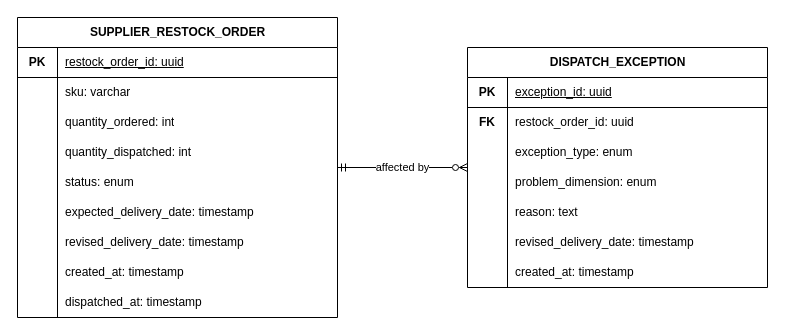
Before: page "HK Export" (7 of 8) of products/images/erd.drawio in jarno-de-coninck/UVC-GIFTS-4-U, a draw.io diagram. Source tidied: cells renumbered, new cells numbered last; positions are measured from the earlier drawing's top-left corner, leaving out a move shared by most shapes. Both pictures are drawn from the tidied source at 100%, with x=0, y=0 at pixel (17, 17).
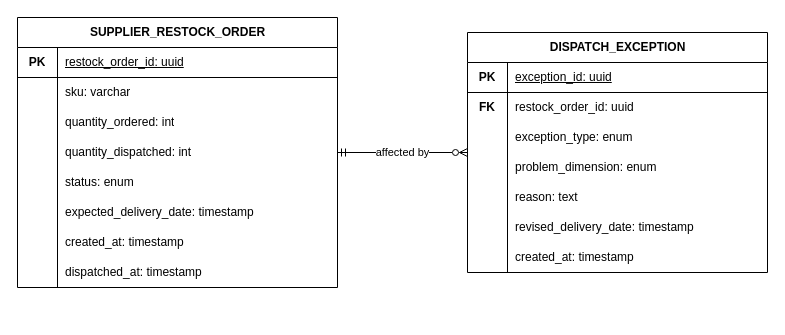
The same diagram, later.

The change refers to these unchanged cells:
```xml
<mxCell id="21" style="shape=tableRow;horizontal=0;startSize=0;swimlaneHead=0;swimlaneBody=0;fillColor=none;top=0;left=0;right=0;bottom=0;" parent="2" vertex="1">
  <mxGeometry y="210" width="320" height="30" as="geometry" />
</mxCell>
<mxCell id="24" style="shape=tableRow;horizontal=0;startSize=0;swimlaneHead=0;swimlaneBody=0;fillColor=none;top=0;left=0;right=0;bottom=0;" parent="2" vertex="1">
  <mxGeometry y="240" width="320" height="30" as="geometry" />
</mxCell>
```

The edit, as a diff of the source:
```diff
@@
     <mxCell id="2" value="SUPPLIER_RESTOCK_ORDER" style="shape=table;startSize=30;childLayout=tableLayout;rowLines=0;fontStyle=1;align=center;html=1;" parent="1" vertex="1">
-      <mxGeometry width="320" height="300" as="geometry" />
+      <mxGeometry width="320" height="270" as="geometry" />
     </mxCell>
@@
-    <mxCell id="23" value="revised_delivery_date: timestamp" style="shape=partialRectangle;fillColor=none;top=0;left=0;bottom=0;right=0;align=left;spacingLeft=6;overflow=hidden;whiteSpace=wrap;html=1;" parent="21" vertex="1">
+    <mxCell id="23" value="created_at: timestamp" style="shape=partialRectangle;fillColor=none;top=0;left=0;bottom=0;right=0;align=left;spacingLeft=6;overflow=hidden;whiteSpace=wrap;html=1;" parent="21" vertex="1">
       <mxGeometry x="40" width="280" height="30" as="geometry" />
     </mxCell>
@@
-    <mxCell id="26" value="created_at: timestamp" style="shape=partialRectangle;fillColor=none;top=0;left=0;bottom=0;right=0;align=left;spacingLeft=6;overflow=hidden;whiteSpace=wrap;html=1;" parent="24" vertex="1">
+    <mxCell id="26" value="dispatched_at: timestamp" style="shape=partialRectangle;fillColor=none;top=0;left=0;bottom=0;right=0;align=left;spacingLeft=6;overflow=hidden;whiteSpace=wrap;html=1;" parent="24" vertex="1">
       <mxGeometry x="40" width="280" height="30" as="geometry" />
     </mxCell>
-    <mxCell id="27" style="shape=tableRow;horizontal=0;startSize=0;swimlaneHead=0;swimlaneBody=0;fillColor=none;top=0;left=0;right=0;bottom=0;" parent="2" vertex="1">
-      <mxGeometry y="270" width="320" height="30" as="geometry" />
-    </mxCell>
-    <mxCell id="28" style="shape=partialRectangle;fillColor=none;top=0;left=0;bottom=0;right=1;fontStyle=1;overflow=hidden;whiteSpace=wrap;html=1;" parent="27" vertex="1">
-      <mxGeometry width="40" height="30" as="geometry" />
-    </mxCell>
-    <mxCell id="29" value="dispatched_at: timestamp" style="shape=partialRectangle;fillColor=none;top=0;left=0;bottom=0;right=0;align=left;spacingLeft=6;overflow=hidden;whiteSpace=wrap;html=1;" parent="27" vertex="1">
-      <mxGeometry x="40" width="280" height="30" as="geometry" />
-    </mxCell>
     <mxCell id="30" value="DISPATCH_EXCEPTION" style="shape=table;startSize=30;childLayout=tableLayout;rowLines=0;fontStyle=1;align=center;html=1;" parent="1" vertex="1">
-      <mxGeometry x="450" y="30" width="300" height="240" as="geometry" />
+      <mxGeometry x="450" y="15" width="300" height="240" as="geometry" />
     </mxCell>
+    <mxCell id="53" style="shape=tableRow;horizontal=0;startSize=0;swimlaneHead=0;swimlaneBody=0;fillColor=none;top=0;left=0;right=0;bottom=1;" parent="30" vertex="1">
+      <mxGeometry y="30" width="300" height="30" as="geometry" />
+    </mxCell>
+    <mxCell id="54" value="PK" style="shape=partialRectangle;fillColor=none;top=0;left=0;bottom=0;right=1;fontStyle=1;overflow=hidden;whiteSpace=wrap;html=1;" parent="53" vertex="1">
+      <mxGeometry width="40" height="30" as="geometry" />
+    </mxCell>
+    <mxCell id="55" value="exception_id: uuid" style="shape=partialRectangle;fillColor=none;top=0;left=0;bottom=0;right=0;align=left;spacingLeft=6;overflow=hidden;whiteSpace=wrap;html=1;fontStyle=4;" parent="53" vertex="1">
+      <mxGeometry x="40" width="260" height="30" as="geometry" />
+    </mxCell>
-    <mxCell id="31" style="shape=tableRow;horizontal=0;startSize=0;swimlaneHead=0;swimlaneBody=0;fillColor=none;top=0;left=0;right=0;bottom=1;" parent="30" vertex="1">
-      <mxGeometry y="30" width="300" height="30" as="geometry" />
+    <mxCell id="31" style="shape=tableRow;horizontal=0;startSize=0;swimlaneHead=0;swimlaneBody=0;fillColor=none;top=0;left=0;right=0;bottom=0;" parent="30" vertex="1">
+      <mxGeometry y="60" width="300" height="30" as="geometry" />
     </mxCell>
-    <mxCell id="32" value="PK" style="shape=partialRectangle;fillColor=none;top=0;left=0;bottom=0;right=1;fontStyle=1;overflow=hidden;whiteSpace=wrap;html=1;" parent="31" vertex="1">
+    <mxCell id="32" value="FK" style="shape=partialRectangle;fillColor=none;top=0;left=0;bottom=0;right=1;fontStyle=1;overflow=hidden;whiteSpace=wrap;html=1;" parent="31" vertex="1">
       <mxGeometry width="40" height="30" as="geometry" />
     </mxCell>
-    <mxCell id="33" value="exception_id: uuid" style="shape=partialRectangle;fillColor=none;top=0;left=0;bottom=0;right=0;align=left;spacingLeft=6;overflow=hidden;whiteSpace=wrap;html=1;fontStyle=4;" parent="31" vertex="1">
+    <mxCell id="33" value="restock_order_id: uuid" style="shape=partialRectangle;fillColor=none;top=0;left=0;bottom=0;right=0;align=left;spacingLeft=6;overflow=hidden;whiteSpace=wrap;html=1;" parent="31" vertex="1">
       <mxGeometry x="40" width="260" height="30" as="geometry" />
     </mxCell>
     <mxCell id="34" style="shape=tableRow;horizontal=0;startSize=0;swimlaneHead=0;swimlaneBody=0;fillColor=none;top=0;left=0;right=0;bottom=0;" parent="30" vertex="1">
-      <mxGeometry y="60" width="300" height="30" as="geometry" />
+      <mxGeometry y="90" width="300" height="30" as="geometry" />
     </mxCell>
-    <mxCell id="35" value="FK" style="shape=partialRectangle;fillColor=none;top=0;left=0;bottom=0;right=1;fontStyle=1;overflow=hidden;whiteSpace=wrap;html=1;" parent="34" vertex="1">
+    <mxCell id="35" style="shape=partialRectangle;fillColor=none;top=0;left=0;bottom=0;right=1;fontStyle=1;overflow=hidden;whiteSpace=wrap;html=1;" parent="34" vertex="1">
       <mxGeometry width="40" height="30" as="geometry" />
     </mxCell>
-    <mxCell id="36" value="restock_order_id: uuid" style="shape=partialRectangle;fillColor=none;top=0;left=0;bottom=0;right=0;align=left;spacingLeft=6;overflow=hidden;whiteSpace=wrap;html=1;" parent="34" vertex="1">
+    <mxCell id="36" value="exception_type: enum" style="shape=partialRectangle;fillColor=none;top=0;left=0;bottom=0;right=0;align=left;spacingLeft=6;overflow=hidden;whiteSpace=wrap;html=1;" parent="34" vertex="1">
       <mxGeometry x="40" width="260" height="30" as="geometry" />
     </mxCell>
     <mxCell id="37" style="shape=tableRow;horizontal=0;startSize=0;swimlaneHead=0;swimlaneBody=0;fillColor=none;top=0;left=0;right=0;bottom=0;" parent="30" vertex="1">
-      <mxGeometry y="90" width="300" height="30" as="geometry" />
+      <mxGeometry y="120" width="300" height="30" as="geometry" />
     </mxCell>
@@
-    <mxCell id="39" value="exception_type: enum" style="shape=partialRectangle;fillColor=none;top=0;left=0;bottom=0;right=0;align=left;spacingLeft=6;overflow=hidden;whiteSpace=wrap;html=1;" parent="37" vertex="1">
+    <mxCell id="39" value="problem_dimension: enum" style="shape=partialRectangle;fillColor=none;top=0;left=0;bottom=0;right=0;align=left;spacingLeft=6;overflow=hidden;whiteSpace=wrap;html=1;" parent="37" vertex="1">
       <mxGeometry x="40" width="260" height="30" as="geometry" />
     </mxCell>
     <mxCell id="40" style="shape=tableRow;horizontal=0;startSize=0;swimlaneHead=0;swimlaneBody=0;fillColor=none;top=0;left=0;right=0;bottom=0;" parent="30" vertex="1">
-      <mxGeometry y="120" width="300" height="30" as="geometry" />
+      <mxGeometry y="150" width="300" height="30" as="geometry" />
     </mxCell>
@@
-    <mxCell id="42" value="problem_dimension: enum" style="shape=partialRectangle;fillColor=none;top=0;left=0;bottom=0;right=0;align=left;spacingLeft=6;overflow=hidden;whiteSpace=wrap;html=1;" parent="40" vertex="1">
+    <mxCell id="42" value="reason: text" style="shape=partialRectangle;fillColor=none;top=0;left=0;bottom=0;right=0;align=left;spacingLeft=6;overflow=hidden;whiteSpace=wrap;html=1;" parent="40" vertex="1">
       <mxGeometry x="40" width="260" height="30" as="geometry" />
     </mxCell>
     <mxCell id="43" style="shape=tableRow;horizontal=0;startSize=0;swimlaneHead=0;swimlaneBody=0;fillColor=none;top=0;left=0;right=0;bottom=0;" parent="30" vertex="1">
-      <mxGeometry y="150" width="300" height="30" as="geometry" />
+      <mxGeometry y="180" width="300" height="30" as="geometry" />
     </mxCell>
@@
-    <mxCell id="45" value="reason: text" style="shape=partialRectangle;fillColor=none;top=0;left=0;bottom=0;right=0;align=left;spacingLeft=6;overflow=hidden;whiteSpace=wrap;html=1;" parent="43" vertex="1">
+    <mxCell id="45" value="revised_delivery_date: timestamp" style="shape=partialRectangle;fillColor=none;top=0;left=0;bottom=0;right=0;align=left;spacingLeft=6;overflow=hidden;whiteSpace=wrap;html=1;" parent="43" vertex="1">
       <mxGeometry x="40" width="260" height="30" as="geometry" />
     </mxCell>
     <mxCell id="46" style="shape=tableRow;horizontal=0;startSize=0;swimlaneHead=0;swimlaneBody=0;fillColor=none;top=0;left=0;right=0;bottom=0;" parent="30" vertex="1">
-      <mxGeometry y="180" width="300" height="30" as="geometry" />
+      <mxGeometry y="210" width="300" height="30" as="geometry" />
     </mxCell>
@@
-    <mxCell id="48" value="revised_delivery_date: timestamp" style="shape=partialRectangle;fillColor=none;top=0;left=0;bottom=0;right=0;align=left;spacingLeft=6;overflow=hidden;whiteSpace=wrap;html=1;" parent="46" vertex="1">
+    <mxCell id="48" value="created_at: timestamp" style="shape=partialRectangle;fillColor=none;top=0;left=0;bottom=0;right=0;align=left;spacingLeft=6;overflow=hidden;whiteSpace=wrap;html=1;" parent="46" vertex="1">
       <mxGeometry x="40" width="260" height="30" as="geometry" />
     </mxCell>
-    <mxCell id="49" style="shape=tableRow;horizontal=0;startSize=0;swimlaneHead=0;swimlaneBody=0;fillColor=none;top=0;left=0;right=0;bottom=0;" parent="30" vertex="1">
-      <mxGeometry y="210" width="300" height="30" as="geometry" />
-    </mxCell>
-    <mxCell id="50" style="shape=partialRectangle;fillColor=none;top=0;left=0;bottom=0;right=1;fontStyle=1;overflow=hidden;whiteSpace=wrap;html=1;" parent="49" vertex="1">
-      <mxGeometry width="40" height="30" as="geometry" />
-    </mxCell>
-    <mxCell id="51" value="created_at: timestamp" style="shape=partialRectangle;fillColor=none;top=0;left=0;bottom=0;right=0;align=left;spacingLeft=6;overflow=hidden;whiteSpace=wrap;html=1;" parent="49" vertex="1">
-      <mxGeometry x="40" width="260" height="30" as="geometry" />
-    </mxCell>
```
